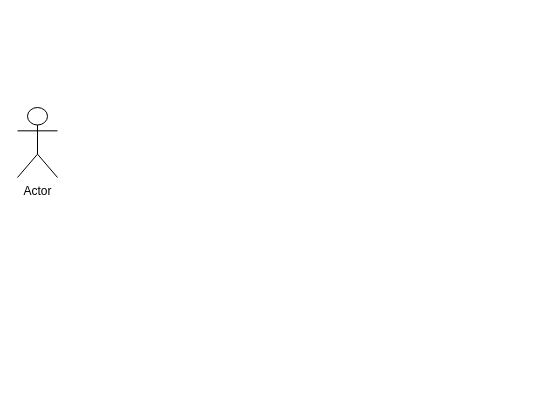
This is Microservices.drawio from tyk1hc/drawio, a draw.io file, before an edit. Source tidied: cells renumbered, new cells numbered last; positions are measured from the earlier drawing's top-left corner, leaving out a move shared by most shapes. Both pictures are drawn from the tidied source at 100%, with x=0, y=0 at pixel (17, 107).
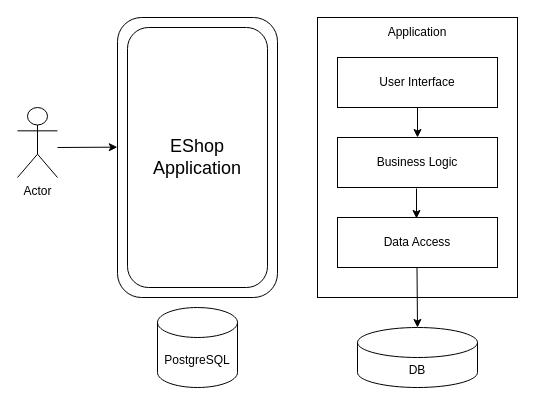
After the change.

The edit, as a diff of the source:
```diff
@@
 <mxGraphModel>
   <root>
     <mxCell id="0" />
     <mxCell id="1" parent="0" />
     <mxCell id="2" value="Actor" style="shape=umlActor;verticalLabelPosition=bottom;verticalAlign=top;html=1;" parent="1" vertex="1">
       <mxGeometry width="40" height="70" as="geometry" />
     </mxCell>
+    <mxCell id="3" style="rounded=1;whiteSpace=wrap;html=1;" parent="1" vertex="1">
+      <mxGeometry x="100" y="-90" width="160" height="280" as="geometry" />
+    </mxCell>
+    <mxCell id="4" value="&lt;div&gt;&lt;font style=&quot;font-size: 18px;&quot;&gt;EShop&lt;/font&gt;&lt;/div&gt;&lt;div&gt;&lt;font style=&quot;font-size: 18px;&quot;&gt;Application&lt;/font&gt;&lt;/div&gt;" style="rounded=1;whiteSpace=wrap;html=1;" parent="1" vertex="1">
+      <mxGeometry x="110" y="-80" width="140" height="260" as="geometry" />
+    </mxCell>
+    <mxCell id="5" style="rounded=0;whiteSpace=wrap;html=1;" parent="1" vertex="1">
+      <mxGeometry x="300" y="-90" width="200" height="280" as="geometry" />
+    </mxCell>
+    <mxCell id="6" value="Application" style="text;html=1;whiteSpace=wrap;strokeColor=none;fillColor=none;align=center;verticalAlign=middle;rounded=0;" parent="1" vertex="1">
+      <mxGeometry x="370" y="-90" width="60" height="30" as="geometry" />
+    </mxCell>
+    <mxCell id="7" value="User Interface" style="rounded=0;whiteSpace=wrap;html=1;" parent="1" vertex="1">
+      <mxGeometry x="320" y="-50" width="160" height="50" as="geometry" />
+    </mxCell>
+    <mxCell id="8" value="Business Logic" style="rounded=0;whiteSpace=wrap;html=1;" parent="1" vertex="1">
+      <mxGeometry x="320" y="30" width="160" height="50" as="geometry" />
+    </mxCell>
+    <mxCell id="9" value="Data Access" style="rounded=0;whiteSpace=wrap;html=1;" parent="1" vertex="1">
+      <mxGeometry x="320" y="110" width="160" height="50" as="geometry" />
+    </mxCell>
+    <mxCell id="10" value="PostgreSQL" style="shape=cylinder3;whiteSpace=wrap;html=1;boundedLbl=1;backgroundOutline=1;size=15;" parent="1" vertex="1">
+      <mxGeometry x="140" y="200" width="80" height="80" as="geometry" />
+    </mxCell>
+    <mxCell id="11" value="DB" style="shape=cylinder3;whiteSpace=wrap;html=1;boundedLbl=1;backgroundOutline=1;size=15;" parent="1" vertex="1">
+      <mxGeometry x="340" y="220" width="120" height="60" as="geometry" />
+    </mxCell>
+    <mxCell id="12" style="endArrow=classic;html=1;rounded=0;entryX=0.5;entryY=0;entryDx=0;entryDy=0;" parent="1" edge="1" target="8">
+      <mxGeometry relative="1" as="geometry">
+        <mxPoint x="400" as="sourcePoint" />
+      </mxGeometry>
+    </mxCell>
+    <mxCell id="13" style="endArrow=classic;html=1;rounded=0;entryX=0.5;entryY=0;entryDx=0;entryDy=0;" parent="1" edge="1">
+      <mxGeometry relative="1" as="geometry">
+        <mxPoint x="399" y="81" as="sourcePoint" />
+        <mxPoint x="399" y="111" as="targetPoint" />
+      </mxGeometry>
+    </mxCell>
+    <mxCell id="14" style="endArrow=classic;html=1;rounded=0;entryX=0.5;entryY=0;entryDx=0;entryDy=0;entryPerimeter=0;" parent="1" edge="1" target="11">
+      <mxGeometry relative="1" as="geometry">
+        <mxPoint x="399.5" y="160" as="sourcePoint" />
+      </mxGeometry>
+    </mxCell>
+    <mxCell id="15" style="endArrow=classic;html=1;rounded=0;entryX=-0.001;entryY=0.463;entryDx=0;entryDy=0;entryPerimeter=0;" parent="1" edge="1" target="3">
+      <mxGeometry relative="1" as="geometry">
+        <mxPoint x="40" y="40" as="sourcePoint" />
+      </mxGeometry>
+    </mxCell>
   </root>
 </mxGraphModel>
```
